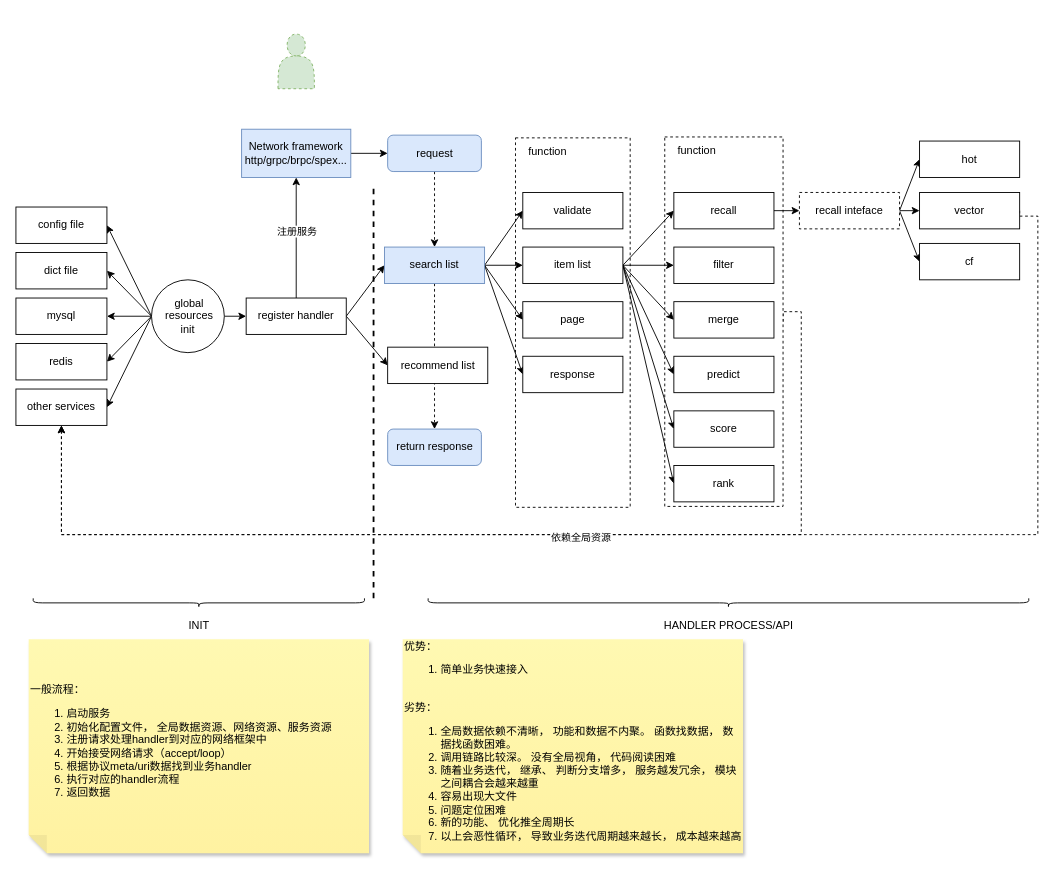
Above: tutu/纯业务.drawio in hpsdy/diagram (draw.io), before the change. Source tidied: cells renumbered, new cells numbered last; positions are measured from the earlier drawing's top-left corner, leaving out a move shared by most shapes. Both pictures are drawn from the tidied source at 91%, with x=0, y=0 at pixel (15, 34).
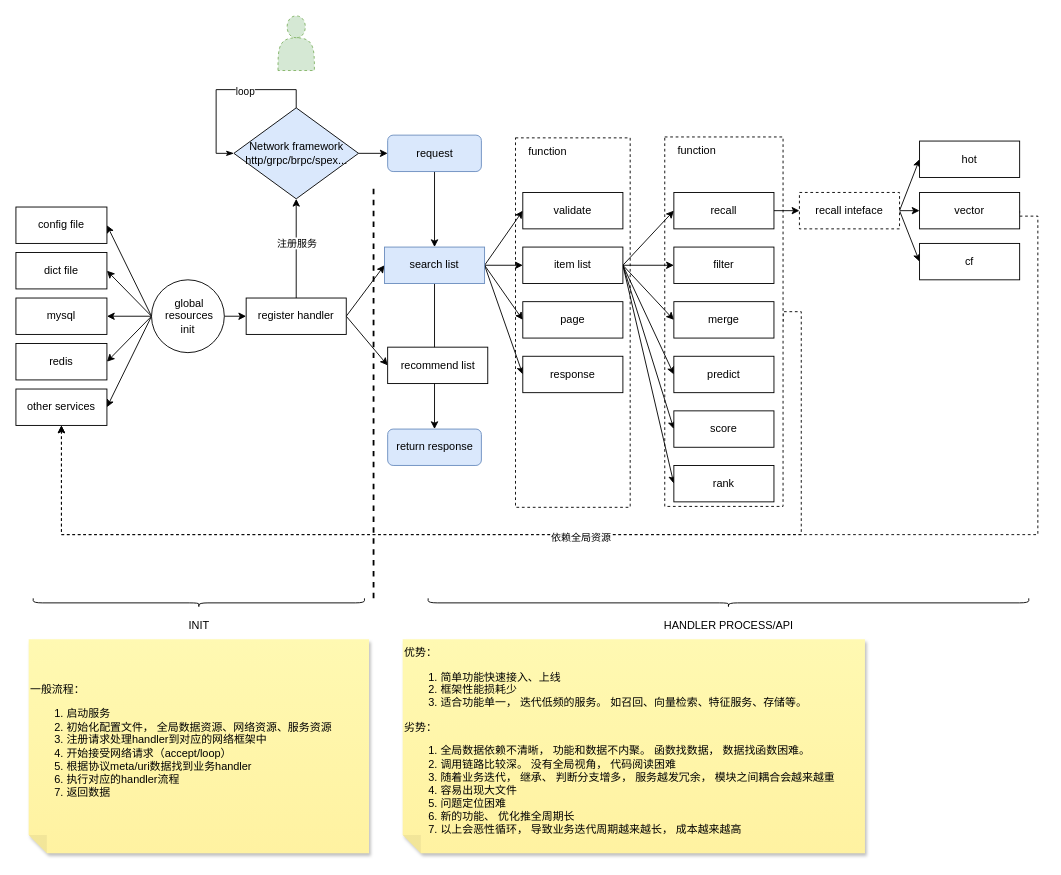
Above is the later version.

Commit message:
更新纯业务.drawio

The change refers to these unchanged cells:
```xml
<mxCell id="21" value="register handler" style="rounded=0;whiteSpace=wrap;html=1;" parent="1" vertex="1">
  <mxGeometry x="253" y="290" width="110" height="40" as="geometry" />
</mxCell>
<mxCell id="27" value="search list" style="rounded=0;whiteSpace=wrap;html=1;fillColor=#dae8fc;strokeColor=#6c8ebf;" parent="1" vertex="1">
  <mxGeometry x="405" y="234" width="110" height="40" as="geometry" />
</mxCell>
<mxCell id="57" value="request" style="rounded=1;whiteSpace=wrap;html=1;fillColor=#dae8fc;strokeColor=#6c8ebf;" parent="1" vertex="1">
  <mxGeometry x="408.5" y="111" width="103" height="40" as="geometry" />
</mxCell>
<mxCell id="58" value="return response" style="rounded=1;whiteSpace=wrap;html=1;fillColor=#dae8fc;strokeColor=#6c8ebf;" parent="1" vertex="1">
  <mxGeometry x="408.5" y="434" width="103" height="40" as="geometry" />
</mxCell>
```

Change to the diagram source:
```diff
@@
-    <mxCell id="19" style="edgeStyle=orthogonalEdgeStyle;rounded=0;jettySize=auto;html=1;exitX=0.5;exitY=0;exitDx=0;exitDy=0;" parent="1" edge="1" source="21" target="62">
+    <mxCell id="19" style="edgeStyle=orthogonalEdgeStyle;rounded=0;jettySize=auto;html=1;exitX=0.5;exitY=0;exitDx=0;exitDy=0;entryX=0.5;entryY=1;entryDx=0;entryDy=0;" parent="1" edge="1" source="21" target="62">
       <mxGeometry relative="1" as="geometry" />
     </mxCell>
@@
-    <mxCell id="26" style="edgeStyle=none;rounded=0;jettySize=auto;html=1;exitX=0.5;exitY=1;exitDx=0;exitDy=0;dashed=1;" parent="1" edge="1" source="27" target="58">
+    <mxCell id="26" style="edgeStyle=none;rounded=0;jettySize=auto;html=1;exitX=0.5;exitY=1;exitDx=0;exitDy=0;" parent="1" edge="1" source="27" target="58">
       <mxGeometry relative="1" as="geometry" />
     </mxCell>
@@
     <mxCell id="55" style="shape=actor;whiteSpace=wrap;html=1;dashed=1;fillColor=#d5e8d4;strokeColor=#82b366;" parent="1" vertex="1">
-      <mxGeometry x="288" width="40" height="60" as="geometry" />
+      <mxGeometry x="288" y="-20" width="40" height="60" as="geometry" />
     </mxCell>
-    <mxCell id="56" style="edgeStyle=none;rounded=0;jettySize=auto;html=1;exitX=0.5;exitY=1;exitDx=0;exitDy=0;entryX=0.5;entryY=0;entryDx=0;entryDy=0;dashed=1;" parent="1" edge="1" source="57" target="27">
+    <mxCell id="56" style="edgeStyle=none;rounded=0;jettySize=auto;html=1;exitX=0.5;exitY=1;exitDx=0;exitDy=0;entryX=0.5;entryY=0;entryDx=0;entryDy=0;" parent="1" edge="1" source="57" target="27">
       <mxGeometry relative="1" as="geometry" />
     </mxCell>
@@
-    <mxCell id="62" value="&lt;div&gt;Network framework&lt;/div&gt;&lt;div&gt;http/grpc/brpc/spex...&lt;/div&gt;" style="rounded=0;whiteSpace=wrap;html=1;fillColor=#dae8fc;strokeColor=#6c8ebf;" parent="1" vertex="1">
-      <mxGeometry x="248" y="104.5" width="120" height="53" as="geometry" />
-    </mxCell>
@@
-    <mxCell id="69" value="优势：&lt;br&gt;&lt;ol&gt;&lt;li&gt;简单业务快速接入&lt;/li&gt;&lt;/ol&gt;&lt;div&gt;&lt;br&gt;&lt;/div&gt;&lt;div&gt;劣势：&lt;/div&gt;&lt;ol&gt;&lt;li&gt;全局数据依赖不清晰， 功能和数据不内聚。 函数找数据， 数据找函数困难。&lt;/li&gt;&lt;li&gt;调用链路比较深。 没有全局视角， 代码阅读困难&lt;/li&gt;&lt;li&gt;随着业务迭代， 继承、 判断分支增多， 服务越发冗余， 模块之间耦合会越来越重&lt;/li&gt;&lt;li&gt;容易出现大文件&lt;/li&gt;&lt;li&gt;问题定位困难&lt;/li&gt;&lt;li&gt;新的功能、 优化推全周期长&lt;/li&gt;&lt;li&gt;以上会恶性循环， 导致业务迭代周期越来越长， 成本越来越高&lt;/li&gt;&lt;/ol&gt;" style="shape=note;whiteSpace=wrap;html=1;backgroundOutline=1;fontColor=#000000;darkOpacity=0.05;fillColor=#FFF9B2;strokeColor=none;fillStyle=solid;direction=west;gradientDirection=north;gradientColor=#FFF2A1;shadow=1;size=20;align=left;" parent="1" vertex="1">
-      <mxGeometry x="425" y="665" width="374" height="235" as="geometry" />
+    <mxCell id="69" value="优势：&lt;br&gt;&lt;ol&gt;&lt;li&gt;简单功能快速接入、上线&lt;/li&gt;&lt;li&gt;框架性能损耗少&lt;/li&gt;&lt;li&gt;适合功能单一， 迭代低频的服务。 如召回、向量检索、特征服务、存储等。&lt;/li&gt;&lt;/ol&gt;&lt;div&gt;劣势：&lt;/div&gt;&lt;ol&gt;&lt;li&gt;全局数据依赖不清晰， 功能和数据不内聚。 函数找数据， 数据找函数困难。&lt;/li&gt;&lt;li&gt;调用链路比较深。 没有全局视角， 代码阅读困难&lt;/li&gt;&lt;li&gt;随着业务迭代， 继承、 判断分支增多， 服务越发冗余， 模块之间耦合会越来越重&lt;/li&gt;&lt;li&gt;容易出现大文件&lt;/li&gt;&lt;li&gt;问题定位困难&lt;/li&gt;&lt;li&gt;新的功能、 优化推全周期长&lt;/li&gt;&lt;li&gt;以上会恶性循环， 导致业务迭代周期越来越长， 成本越来越高&lt;/li&gt;&lt;/ol&gt;" style="shape=note;whiteSpace=wrap;html=1;backgroundOutline=1;fontColor=#000000;darkOpacity=0.05;fillColor=#FFF9B2;strokeColor=none;fillStyle=solid;direction=west;gradientDirection=north;gradientColor=#FFF2A1;shadow=1;size=20;align=left;" parent="1" vertex="1">
+      <mxGeometry x="425" y="665" width="508" height="235" as="geometry" />
     </mxCell>
+    <mxCell id="62" value="&lt;div&gt;Network framework&lt;/div&gt;&lt;div&gt;http/grpc/brpc/spex...&lt;/div&gt;" style="rhombus;whiteSpace=wrap;html=1;fillColor=#DAE8FC;" parent="1" vertex="1">
+      <mxGeometry x="239.5" y="81" width="137" height="100" as="geometry" />
+    </mxCell>
+    <mxCell id="70" style="edgeStyle=orthogonalEdgeStyle;rounded=0;orthogonalLoop=1;jettySize=auto;html=1;exitX=0.5;exitY=0;exitDx=0;exitDy=0;entryX=0;entryY=0.5;entryDx=0;entryDy=0;endArrow=classicThin;endFill=1;strokeWidth=1;" parent="1" edge="1" source="62" target="62">
+      <mxGeometry relative="1" as="geometry">
+        <Array as="points">
+          <mxPoint x="308" y="61" />
+          <mxPoint x="220" y="61" />
+          <mxPoint x="220" y="131" />
+        </Array>
+      </mxGeometry>
+    </mxCell>
+    <mxCell id="71" value="loop" style="edgeLabel;html=1;align=center;verticalAlign=middle;" parent="70" vertex="1">
+      <mxGeometry x="-0.22" y="1" relative="1" as="geometry" />
+    </mxCell>
```
